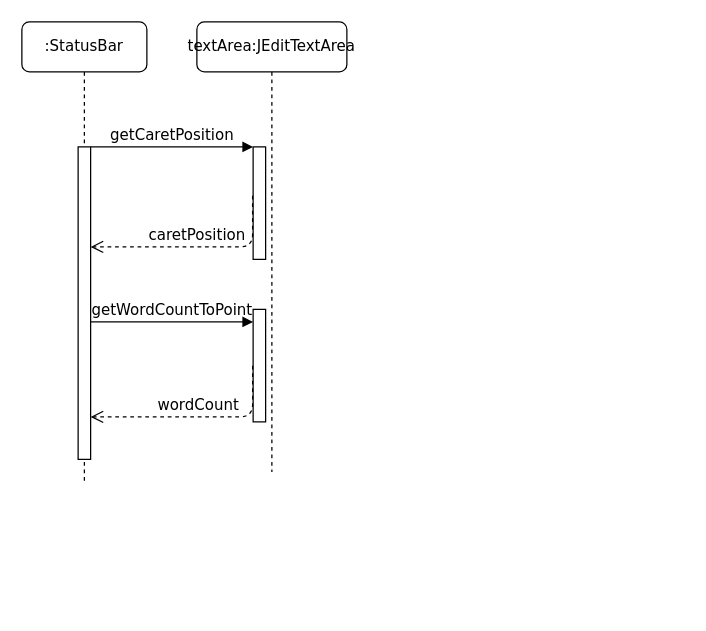
Earlier version of the draw.io diagram request one sequence diagram.drawio (mrdragan/cs515-s19-reNo-jedit). Source tidied: cells renumbered, new cells numbered last; positions are measured from the earlier drawing's top-left corner, leaving out a move shared by most shapes. Both pictures are drawn from the tidied source at 125%, with x=0, y=0 at pixel (21, 21).
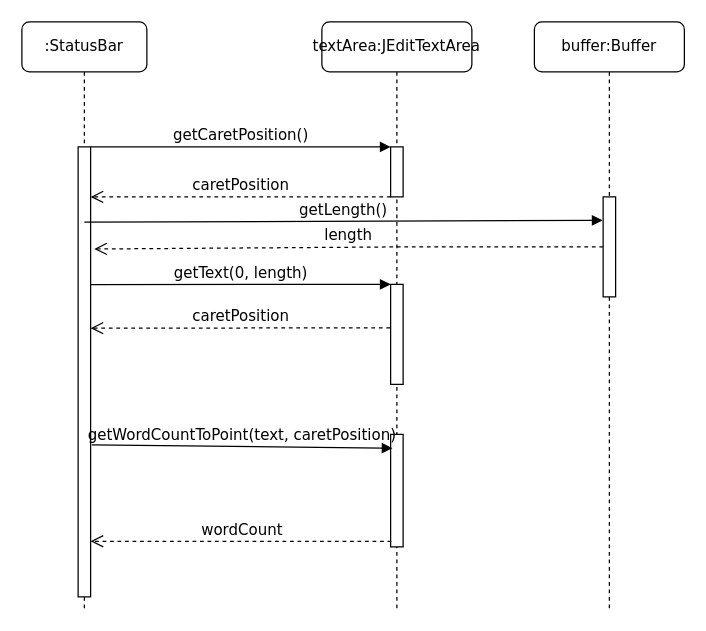
The same diagram, later.

What changed in the source:
```diff
@@
     <mxCell id="2" value="textArea:JEditTextArea" style="shape=umlLifeline;perimeter=lifelinePerimeter;whiteSpace=wrap;html=1;rounded=1;shadow=0;comic=0;labelBackgroundColor=none;strokeColor=#000000;strokeWidth=1;fillColor=#FFFFFF;fontFamily=Verdana;fontSize=12;fontColor=#000000;align=center;" parent="1" vertex="1">
-      <mxGeometry x="140" width="120" height="360" as="geometry" />
+      <mxGeometry x="240" width="120" height="470" as="geometry" />
     </mxCell>
     <mxCell id="3" style="html=1;points=[];perimeter=orthogonalPerimeter;rounded=0;shadow=0;comic=0;labelBackgroundColor=none;strokeColor=#000000;strokeWidth=1;fillColor=#FFFFFF;fontFamily=Verdana;fontSize=12;fontColor=#000000;align=center;" parent="2" vertex="1">
-      <mxGeometry x="45" y="100" width="10" height="90" as="geometry" />
+      <mxGeometry x="55" y="100" width="10" height="40" as="geometry" />
     </mxCell>
+    <mxCell id="8" style="html=1;points=[];perimeter=orthogonalPerimeter;rounded=0;shadow=0;comic=0;labelBackgroundColor=none;strokeColor=#000000;strokeWidth=1;fillColor=#FFFFFF;fontFamily=Verdana;fontSize=12;fontColor=#000000;align=center;" parent="2" vertex="1">
+      <mxGeometry x="55" y="330" width="10" height="90" as="geometry" />
+    </mxCell>
+    <mxCell id="11" style="html=1;points=[];perimeter=orthogonalPerimeter;rounded=0;shadow=0;comic=0;labelBackgroundColor=none;strokeColor=#000000;strokeWidth=1;fillColor=#FFFFFF;fontFamily=Verdana;fontSize=12;fontColor=#000000;align=center;" parent="2" vertex="1">
+      <mxGeometry x="55" y="210" width="10" height="80" as="geometry" />
+    </mxCell>
+    <mxCell id="12" value="caretPosition" style="html=1;verticalAlign=bottom;endArrow=open;dashed=1;endSize=8;labelBackgroundColor=none;fontFamily=Verdana;fontSize=12;elbow=vertical;exitX=-0.043;exitY=0.435;exitDx=0;exitDy=0;exitPerimeter=0;" parent="2" edge="1" source="11">
+      <mxGeometry relative="1" as="geometry">
+        <mxPoint x="-185" y="245" as="targetPoint" />
+      </mxGeometry>
+    </mxCell>
+    <mxCell id="13" value="getText(0, length)" style="html=1;verticalAlign=bottom;endArrow=block;entryX=0;entryY=0;labelBackgroundColor=none;fontFamily=Verdana;fontSize=12;edgeStyle=elbowEdgeStyle;elbow=vertical;" parent="2" edge="1" target="11">
+      <mxGeometry relative="1" as="geometry">
+        <mxPoint x="-185" y="210.2" as="sourcePoint" />
+      </mxGeometry>
+    </mxCell>
     <mxCell id="4" value=":StatusBar" style="shape=umlLifeline;perimeter=lifelinePerimeter;whiteSpace=wrap;html=1;rounded=1;shadow=0;comic=0;labelBackgroundColor=none;strokeColor=#000000;strokeWidth=1;fillColor=#FFFFFF;fontFamily=Verdana;fontSize=12;fontColor=#000000;align=center;" parent="1" vertex="1">
-      <mxGeometry width="100" height="370" as="geometry" />
+      <mxGeometry width="100" height="470" as="geometry" />
     </mxCell>
     <mxCell id="5" style="html=1;points=[];perimeter=orthogonalPerimeter;rounded=0;shadow=0;comic=0;labelBackgroundColor=none;strokeColor=#000000;strokeWidth=1;fillColor=#FFFFFF;fontFamily=Verdana;fontSize=12;fontColor=#000000;align=center;" parent="4" vertex="1">
-      <mxGeometry x="45" y="100" width="10" height="250" as="geometry" />
+      <mxGeometry x="45" y="100" width="10" height="360" as="geometry" />
     </mxCell>
-    <mxCell id="6" value="caretPosition" style="html=1;verticalAlign=bottom;endArrow=open;dashed=1;endSize=8;labelBackgroundColor=none;fontFamily=Verdana;fontSize=12;edgeStyle=elbowEdgeStyle;elbow=vertical;exitX=-0.043;exitY=0.435;exitDx=0;exitDy=0;exitPerimeter=0;" parent="1" edge="1" source="3" target="5">
+    <mxCell id="6" value="caretPosition" style="html=1;verticalAlign=bottom;endArrow=open;dashed=1;endSize=8;labelBackgroundColor=none;fontFamily=Verdana;fontSize=12;elbow=vertical;" parent="1" edge="1" source="3" target="5">
       <mxGeometry relative="1" as="geometry">
         <Array as="points">
-          <mxPoint x="150" y="180" />
+          <mxPoint x="240" y="140" />
         </Array>
       </mxGeometry>
     </mxCell>
-    <mxCell id="7" value="getCaretPosition" style="html=1;verticalAlign=bottom;endArrow=block;entryX=0;entryY=0;labelBackgroundColor=none;fontFamily=Verdana;fontSize=12;edgeStyle=elbowEdgeStyle;elbow=vertical;" parent="1" edge="1" source="5" target="3">
+    <mxCell id="7" value="getCaretPosition()" style="html=1;verticalAlign=bottom;endArrow=block;entryX=0;entryY=0;labelBackgroundColor=none;fontFamily=Verdana;fontSize=12;edgeStyle=elbowEdgeStyle;elbow=vertical;" parent="1" edge="1" source="5" target="3">
       <mxGeometry relative="1" as="geometry" />
     </mxCell>
-    <mxCell id="8" style="html=1;points=[];perimeter=orthogonalPerimeter;rounded=0;shadow=0;comic=0;labelBackgroundColor=none;strokeColor=#000000;strokeWidth=1;fillColor=#FFFFFF;fontFamily=Verdana;fontSize=12;fontColor=#000000;align=center;" parent="1" vertex="1">
-      <mxGeometry x="185" y="230" width="10" height="90" as="geometry" />
-    </mxCell>
-    <mxCell id="9" value="getWordCountToPoint" style="html=1;verticalAlign=bottom;endArrow=block;entryX=0;entryY=0;labelBackgroundColor=none;fontFamily=Verdana;fontSize=12;edgeStyle=elbowEdgeStyle;elbow=vertical;" parent="1" edge="1">
-      <mxGeometry relative="1" as="geometry">
-        <mxPoint x="55" y="240" as="sourcePoint" />
-        <mxPoint x="185" y="240" as="targetPoint" />
-      </mxGeometry>
+    <mxCell id="9" value="getWordCountToPoint(text, caretPosition)" style="html=1;verticalAlign=bottom;endArrow=block;entryX=0.148;entryY=0.124;labelBackgroundColor=none;fontFamily=Verdana;fontSize=12;elbow=vertical;entryDx=0;entryDy=0;entryPerimeter=0;exitX=1.1;exitY=0.662;exitDx=0;exitDy=0;exitPerimeter=0;" parent="1" edge="1" source="5" target="8">
+      <mxGeometry relative="1" as="geometry" />
     </mxCell>
-    <mxCell id="10" value="wordCount" style="html=1;verticalAlign=bottom;endArrow=open;dashed=1;endSize=8;labelBackgroundColor=none;fontFamily=Verdana;fontSize=12;edgeStyle=elbowEdgeStyle;elbow=vertical;exitX=-0.043;exitY=0.435;exitDx=0;exitDy=0;exitPerimeter=0;" parent="1" edge="1">
-      <mxGeometry relative="1" as="geometry">
-        <mxPoint x="184.6" y="275" as="sourcePoint" />
-        <mxPoint x="55" y="316" as="targetPoint" />
-        <Array as="points">
-          <mxPoint x="150" y="316" />
-        </Array>
-      </mxGeometry>
+    <mxCell id="10" value="wordCount" style="html=1;verticalAlign=bottom;endArrow=open;dashed=1;endSize=8;labelBackgroundColor=none;fontFamily=Verdana;fontSize=12;elbow=vertical;exitX=0.052;exitY=0.95;exitDx=0;exitDy=0;exitPerimeter=0;" parent="1" edge="1" source="8" target="5">
+      <mxGeometry relative="1" as="geometry" />
     </mxCell>
+    <mxCell id="14" value="buffer:Buffer" style="shape=umlLifeline;perimeter=lifelinePerimeter;whiteSpace=wrap;html=1;rounded=1;shadow=0;comic=0;labelBackgroundColor=none;strokeColor=#000000;strokeWidth=1;fillColor=#FFFFFF;fontFamily=Verdana;fontSize=12;fontColor=#000000;align=center;" parent="1" vertex="1">
+      <mxGeometry x="410" width="120" height="470" as="geometry" />
+    </mxCell>
+    <mxCell id="15" style="html=1;points=[];perimeter=orthogonalPerimeter;rounded=0;shadow=0;comic=0;labelBackgroundColor=none;strokeColor=#000000;strokeWidth=1;fillColor=#FFFFFF;fontFamily=Verdana;fontSize=12;fontColor=#000000;align=center;" parent="14" vertex="1">
+      <mxGeometry x="55" y="140" width="10" height="80" as="geometry" />
+    </mxCell>
+    <mxCell id="16" value="getLength()" style="html=1;verticalAlign=bottom;endArrow=block;entryX=-0.043;entryY=0.235;labelBackgroundColor=none;fontFamily=Verdana;fontSize=12;elbow=vertical;entryDx=0;entryDy=0;entryPerimeter=0;" parent="1" edge="1" target="15">
+      <mxGeometry relative="1" as="geometry">
+        <mxPoint x="50" y="160.2" as="sourcePoint" />
+      </mxGeometry>
+    </mxCell>
+    <mxCell id="17" value="length" style="html=1;verticalAlign=bottom;endArrow=open;dashed=1;endSize=8;labelBackgroundColor=none;fontFamily=Verdana;fontSize=12;elbow=vertical;entryX=1.29;entryY=0.227;entryDx=0;entryDy=0;entryPerimeter=0;" parent="1" edge="1" source="15" target="5">
+      <mxGeometry relative="1" as="geometry">
+        <Array as="points">
+          <mxPoint x="305" y="180" />
+        </Array>
+      </mxGeometry>
+    </mxCell>
```
